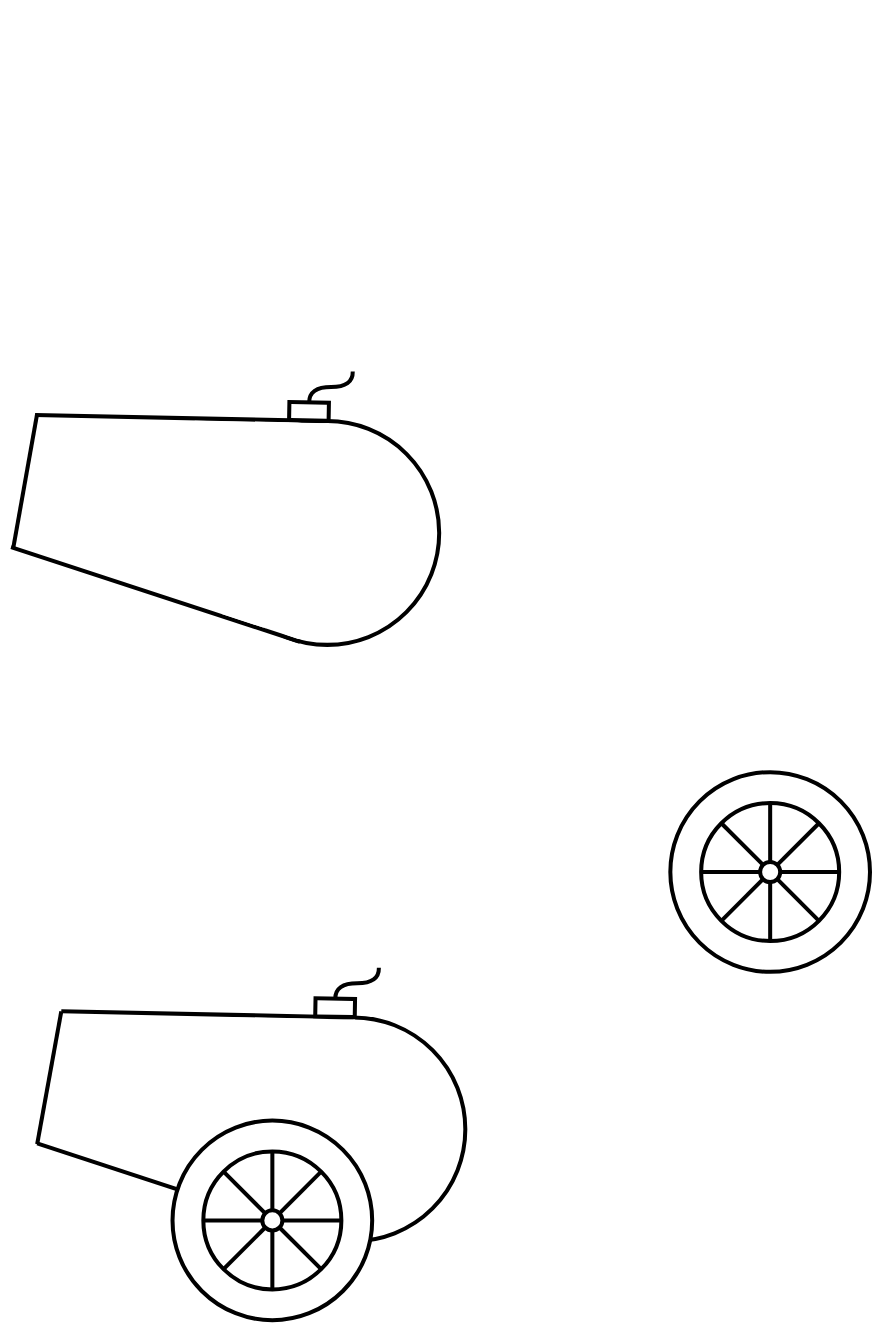
Above: page "Page-1" (1 of 2) of cannon.drawio in PycraftDeveloper/Bouncing-Balls (draw.io), before the change. Source tidied: cells renumbered, new cells numbered last; positions are measured from the earlier drawing's top-left corner, leaving out a move shared by most shapes. Both pictures are drawn from the tidied source at 67%, with x=0, y=0 at pixel (11, 371).
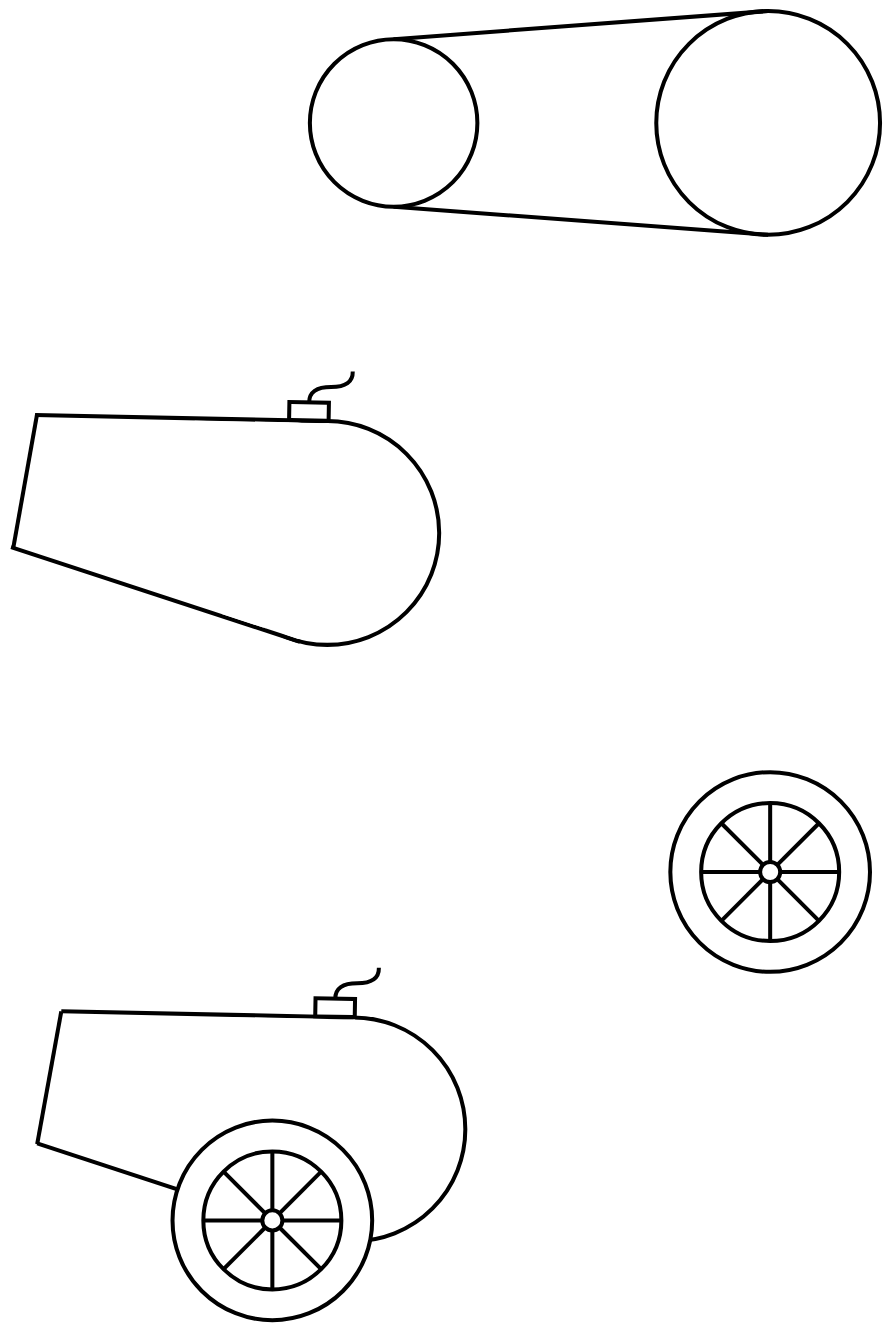
The same page after the edit.

Change to the diagram source:
```diff
@@
+    <mxCell id="48" style="ellipse;whiteSpace=wrap;html=1;strokeWidth=6;" parent="1" vertex="1">
+      <mxGeometry x="963" y="-538" width="334" height="334" as="geometry" />
+    </mxCell>
+    <mxCell id="49" style="endArrow=none;html=1;rounded=0;entryX=0.5;entryY=0;entryDx=0;entryDy=0;strokeWidth=6;exitX=0.5;exitY=0;exitDx=0;exitDy=0;" parent="1" edge="1" source="51" target="48">
+      <mxGeometry relative="1" as="geometry" />
+    </mxCell>
+    <mxCell id="50" style="rounded=0;jettySize=auto;html=1;exitX=0.5;exitY=1;exitDx=0;exitDy=0;entryX=0.5;entryY=1;entryDx=0;entryDy=0;endArrow=none;endFill=0;strokeWidth=6;" parent="1" edge="1" source="51" target="48">
+      <mxGeometry relative="1" as="geometry" />
+    </mxCell>
+    <mxCell id="51" style="ellipse;whiteSpace=wrap;html=1;strokeWidth=6;" parent="1" vertex="1">
+      <mxGeometry x="446" y="-496" width="250" height="250" as="geometry" />
+    </mxCell>
```
